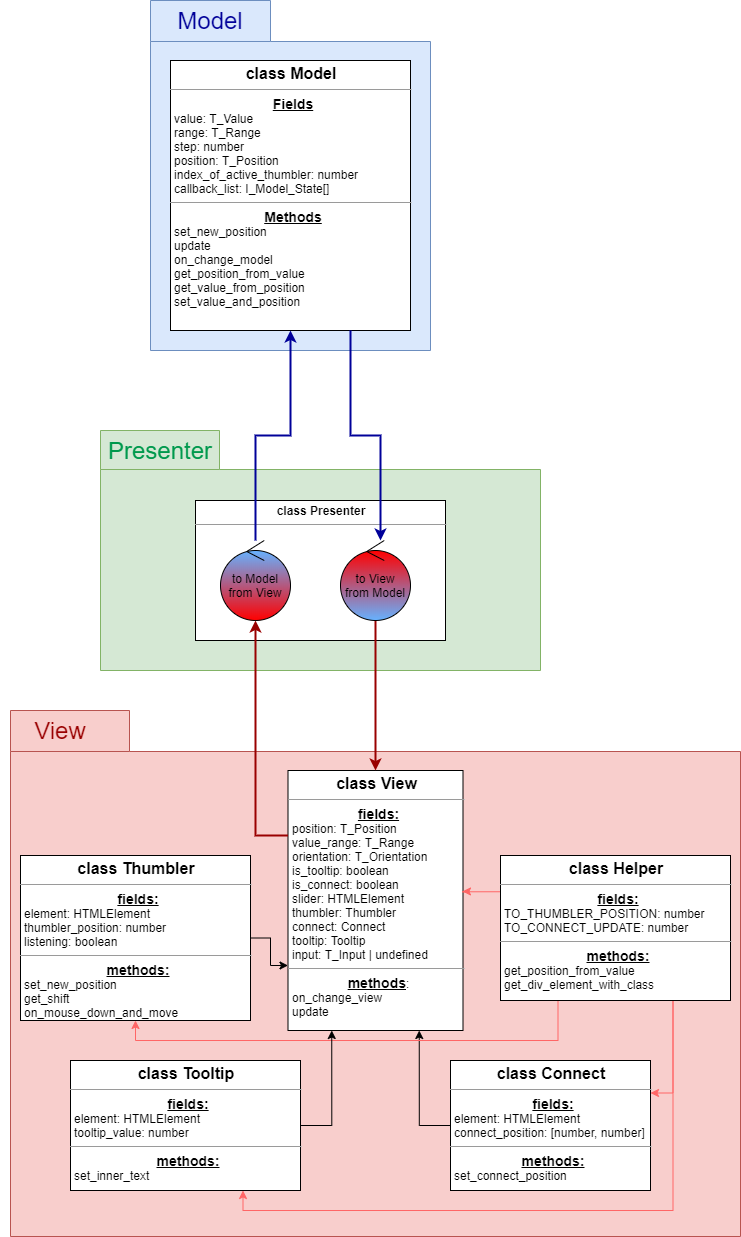
Above: img/SRS.png in n0sfer666/FSD-Task-4-v2 (draw.io), before the change. Source tidied: cells renumbered, new cells last; positions are measured from the earlier drawing's top-left corner, leaving out a move shared by most shapes.
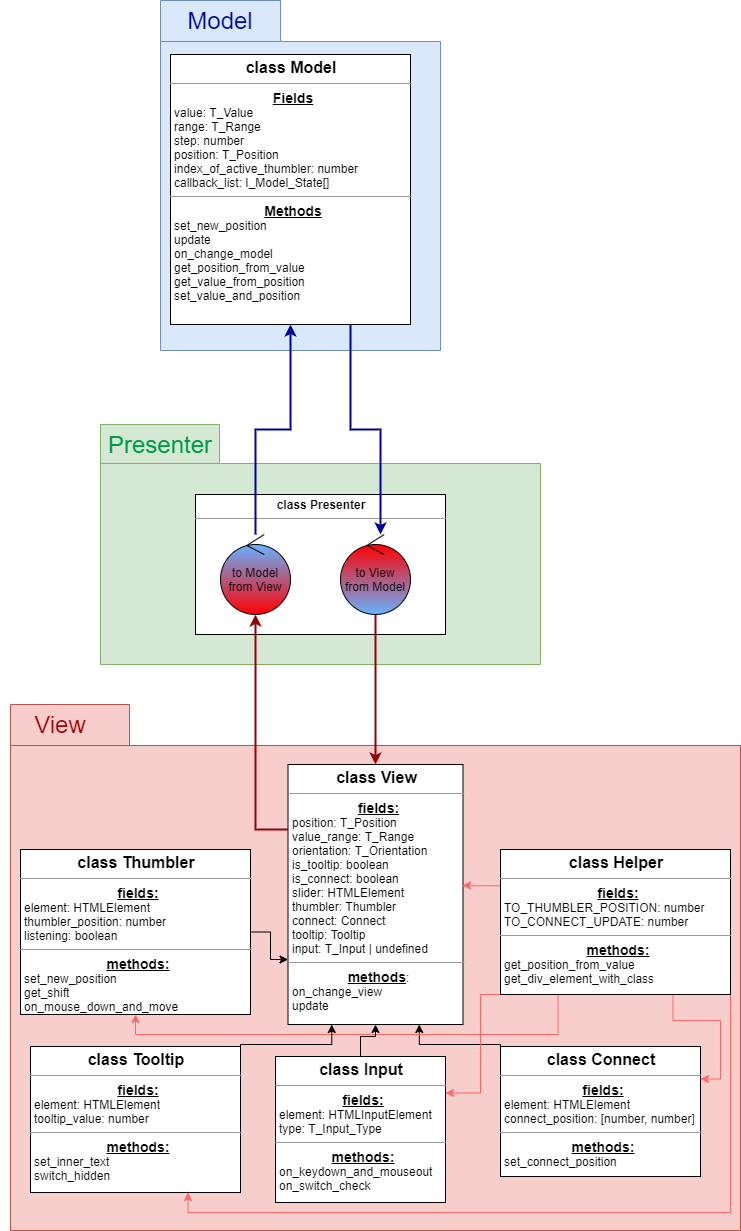
After the change.

Commit message:
docs(project): add info about new entity (Input) + change UML

The edit, as a diff of the source:
```diff
@@ -3,10 +3,10 @@
     <mxCell id="0" />
     <mxCell id="1" parent="0" />
     <mxCell id="2" style="shape=folder;fontStyle=1;spacingTop=10;tabWidth=120;tabHeight=41;tabPosition=left;html=1;noLabel=1;fillColor=#dae8fc;strokeColor=#6c8ebf;" parent="1" vertex="1">
-      <mxGeometry x="150" width="280" height="350" as="geometry" />
+      <mxGeometry x="160" y="6" width="280" height="350" as="geometry" />
     </mxCell>
     <mxCell id="3" value="&lt;font style=&quot;font-size: 24px&quot;&gt;Model&lt;/font&gt;" style="text;html=1;strokeColor=none;fillColor=none;align=center;verticalAlign=middle;whiteSpace=wrap;rounded=0;fontColor=#000099;labelBackgroundColor=none;" parent="1" vertex="1">
-      <mxGeometry x="150" width="120" height="40" as="geometry" />
+      <mxGeometry x="160" y="6" width="120" height="40" as="geometry" />
     </mxCell>
     <mxCell id="4" style="shape=folder;fontStyle=1;spacingTop=10;tabWidth=119;tabHeight=39;tabPosition=left;html=1;labelBackgroundColor=none;fillColor=#d5e8d4;strokeColor=#82b366;" parent="1" vertex="1">
       <mxGeometry x="100" y="430" width="440" height="240" as="geometry" />
@@ -26,17 +26,27 @@
     <mxCell id="9" value="&lt;p style=&quot;margin: 0px ; margin-top: 4px ; text-align: center&quot;&gt;&lt;b&gt;&lt;font style=&quot;font-size: 16px&quot;&gt;class View&lt;/font&gt;&lt;/b&gt;&lt;/p&gt;&lt;hr size=&quot;1&quot;&gt;&lt;p style=&quot;text-align: center ; margin: 0px 0px 0px 4px&quot;&gt;&lt;b&gt;&lt;u&gt;&lt;font style=&quot;font-size: 14px&quot;&gt;fields:&lt;/font&gt;&lt;/u&gt;&lt;/b&gt;&lt;/p&gt;&lt;p style=&quot;margin: 0px ; margin-left: 4px&quot;&gt;position: T_Position&lt;br&gt;&lt;/p&gt;&lt;p style=&quot;margin: 0px ; margin-left: 4px&quot;&gt;value_range: T_Range&lt;/p&gt;&lt;p style=&quot;margin: 0px ; margin-left: 4px&quot;&gt;orientation: T_Orientation&lt;/p&gt;&lt;p style=&quot;margin: 0px ; margin-left: 4px&quot;&gt;is_tooltip: boolean&lt;/p&gt;&lt;p style=&quot;margin: 0px ; margin-left: 4px&quot;&gt;is_connect: boolean&lt;/p&gt;&lt;p style=&quot;margin: 0px ; margin-left: 4px&quot;&gt;slider: HTMLElement&lt;/p&gt;&lt;p style=&quot;margin: 0px ; margin-left: 4px&quot;&gt;thumbler: Thumbler&lt;/p&gt;&lt;p style=&quot;margin: 0px ; margin-left: 4px&quot;&gt;connect: Connect&lt;/p&gt;&lt;p style=&quot;margin: 0px ; margin-left: 4px&quot;&gt;tooltip: Tooltip&lt;/p&gt;&lt;p style=&quot;margin: 0px ; margin-left: 4px&quot;&gt;input: T_Input | undefined&lt;/p&gt;&lt;hr size=&quot;1&quot;&gt;&lt;p style=&quot;text-align: center ; margin: 0px 0px 0px 4px&quot;&gt;&lt;b&gt;&lt;u&gt;&lt;font style=&quot;font-size: 14px&quot;&gt;methods&lt;/font&gt;&lt;/u&gt;&lt;/b&gt;:&lt;/p&gt;&lt;p style=&quot;margin: 0px ; margin-left: 4px&quot;&gt;on_change_view&lt;/p&gt;&lt;p style=&quot;margin: 0px ; margin-left: 4px&quot;&gt;update&lt;/p&gt;" style="verticalAlign=top;align=left;overflow=fill;fontSize=12;fontFamily=Helvetica;html=1;labelBackgroundColor=none;" parent="1" vertex="1">
       <mxGeometry x="287.5" y="770" width="175" height="260" as="geometry" />
     </mxCell>
-    <mxCell id="10" style="edgeStyle=orthogonalEdgeStyle;rounded=0;jettySize=auto;html=1;exitX=0;exitY=0.5;exitDx=0;exitDy=0;entryX=0.75;entryY=1;entryDx=0;entryDy=0;strokeColor=#000000;fontColor=none;" parent="1" edge="1" source="11" target="9">
-      <mxGeometry relative="1" as="geometry" />
+    <mxCell id="10" style="edgeStyle=orthogonalEdgeStyle;rounded=0;jettySize=auto;html=1;exitX=0;exitY=0;exitDx=0;exitDy=0;entryX=0.75;entryY=1;entryDx=0;entryDy=0;strokeColor=#000000;fontColor=none;" parent="1" edge="1" source="11" target="9">
+      <mxGeometry relative="1" as="geometry">
+        <Array as="points">
+          <mxPoint x="500" y="1050" />
+          <mxPoint x="419" y="1050" />
+        </Array>
+      </mxGeometry>
     </mxCell>
     <mxCell id="11" value="&lt;p style=&quot;margin: 0px ; margin-top: 4px ; text-align: center&quot;&gt;&lt;b&gt;&lt;font style=&quot;font-size: 16px&quot;&gt;class Connect&lt;/font&gt;&lt;/b&gt;&lt;/p&gt;&lt;hr size=&quot;1&quot;&gt;&lt;p style=&quot;text-align: center ; margin: 0px 0px 0px 4px&quot;&gt;&lt;b&gt;&lt;u&gt;&lt;font style=&quot;font-size: 14px&quot;&gt;fields:&lt;/font&gt;&lt;/u&gt;&lt;/b&gt;&lt;/p&gt;&lt;p style=&quot;margin: 0px ; margin-left: 4px&quot;&gt;element: HTMLElement&lt;/p&gt;&lt;p style=&quot;margin: 0px ; margin-left: 4px&quot;&gt;connect_position: [number, number]&lt;/p&gt;&lt;hr size=&quot;1&quot;&gt;&lt;p style=&quot;text-align: center ; margin: 0px 0px 0px 4px&quot;&gt;&lt;b&gt;&lt;u&gt;&lt;font style=&quot;font-size: 14px&quot;&gt;methods:&lt;/font&gt;&lt;/u&gt;&lt;/b&gt;&lt;/p&gt;&lt;p style=&quot;margin: 0px ; margin-left: 4px&quot;&gt;set_connect_position&lt;/p&gt;" style="verticalAlign=top;align=left;overflow=fill;fontSize=12;fontFamily=Helvetica;html=1;labelBackgroundColor=none;" parent="1" vertex="1">
-      <mxGeometry x="450" y="1060" width="200" height="130" as="geometry" />
+      <mxGeometry x="500" y="1052" width="200" height="130" as="geometry" />
     </mxCell>
     <mxCell id="12" style="edgeStyle=orthogonalEdgeStyle;rounded=0;jettySize=auto;html=1;exitX=0.75;exitY=1;exitDx=0;exitDy=0;entryX=1;entryY=0.25;entryDx=0;entryDy=0;fontColor=none;strokeColor=#FF6666;" parent="1" edge="1" source="16" target="11">
       <mxGeometry relative="1" as="geometry" />
     </mxCell>
-    <mxCell id="13" style="edgeStyle=orthogonalEdgeStyle;rounded=0;jettySize=auto;html=1;exitX=0.75;exitY=1;exitDx=0;exitDy=0;entryX=0.75;entryY=1;entryDx=0;entryDy=0;fontColor=none;strokeColor=#FF6666;" parent="1" edge="1" source="16" target="20">
-      <mxGeometry relative="1" as="geometry" />
+    <mxCell id="13" style="edgeStyle=orthogonalEdgeStyle;rounded=0;jettySize=auto;html=1;exitX=1;exitY=0.75;exitDx=0;exitDy=0;entryX=0.75;entryY=1;entryDx=0;entryDy=0;fontColor=none;strokeColor=#FF6666;" parent="1" edge="1" source="16" target="20">
+      <mxGeometry relative="1" as="geometry">
+        <Array as="points">
+          <mxPoint x="730" y="1218" />
+          <mxPoint x="188" y="1218" />
+        </Array>
+      </mxGeometry>
     </mxCell>
     <mxCell id="14" style="edgeStyle=orthogonalEdgeStyle;rounded=0;jettySize=auto;html=1;exitX=0;exitY=0.25;exitDx=0;exitDy=0;entryX=0.997;entryY=0.465;entryDx=0;entryDy=0;entryPerimeter=0;fontColor=none;strokeColor=#FF6666;" parent="1" edge="1" source="16" target="9">
       <mxGeometry relative="1" as="geometry" />
@@ -44,6 +54,14 @@
     <mxCell id="15" style="edgeStyle=orthogonalEdgeStyle;rounded=0;jettySize=auto;html=1;exitX=0.25;exitY=1;exitDx=0;exitDy=0;entryX=0.5;entryY=1;entryDx=0;entryDy=0;fontColor=none;strokeColor=#FF6666;" parent="1" edge="1" source="16" target="18">
       <mxGeometry relative="1" as="geometry" />
     </mxCell>
+    <mxCell id="28" style="edgeStyle=orthogonalEdgeStyle;rounded=0;jettySize=auto;html=1;exitX=0;exitY=1;exitDx=0;exitDy=0;entryX=1;entryY=0.25;entryDx=0;entryDy=0;fillColor=#f8cecc;strokeColor=#FF6666;" parent="1" edge="1" source="16" target="30">
+      <mxGeometry relative="1" as="geometry">
+        <Array as="points">
+          <mxPoint x="480" y="1000" />
+          <mxPoint x="480" y="1099" />
+        </Array>
+      </mxGeometry>
+    </mxCell>
     <mxCell id="16" value="&lt;p style=&quot;margin: 0px ; margin-top: 4px ; text-align: center&quot;&gt;&lt;b&gt;&lt;font style=&quot;font-size: 16px&quot;&gt;class Helper&lt;/font&gt;&lt;/b&gt;&lt;/p&gt;&lt;hr size=&quot;1&quot;&gt;&lt;p style=&quot;text-align: center ; margin: 0px 0px 0px 4px&quot;&gt;&lt;b&gt;&lt;u&gt;&lt;font style=&quot;font-size: 14px&quot;&gt;fields:&lt;/font&gt;&lt;/u&gt;&lt;/b&gt;&lt;/p&gt;&lt;p style=&quot;margin: 0px ; margin-left: 4px&quot;&gt;TO_THUMBLER_POSITION: number&lt;/p&gt;&lt;p style=&quot;margin: 0px ; margin-left: 4px&quot;&gt;TO_CONNECT_UPDATE: number&lt;/p&gt;&lt;hr size=&quot;1&quot;&gt;&lt;p style=&quot;text-align: center ; margin: 0px 0px 0px 4px&quot;&gt;&lt;b&gt;&lt;u&gt;&lt;font style=&quot;font-size: 14px&quot;&gt;methods:&lt;/font&gt;&lt;/u&gt;&lt;/b&gt;&lt;/p&gt;&lt;p style=&quot;margin: 0px ; margin-left: 4px&quot;&gt;get_position_from_value&lt;/p&gt;&lt;p style=&quot;margin: 0px ; margin-left: 4px&quot;&gt;get_div_element_with_class&lt;/p&gt;" style="verticalAlign=top;align=left;overflow=fill;fontSize=12;fontFamily=Helvetica;html=1;labelBackgroundColor=none;" parent="1" vertex="1">
       <mxGeometry x="500" y="855" width="230" height="145" as="geometry" />
     </mxCell>
@@ -53,11 +71,16 @@
     <mxCell id="18" value="&lt;p style=&quot;margin: 0px ; margin-top: 4px ; text-align: center&quot;&gt;&lt;b&gt;&lt;font style=&quot;font-size: 16px&quot;&gt;class Thumbler&lt;/font&gt;&lt;/b&gt;&lt;/p&gt;&lt;hr size=&quot;1&quot;&gt;&lt;p style=&quot;text-align: center ; margin: 0px 0px 0px 4px&quot;&gt;&lt;b&gt;&lt;u&gt;&lt;font style=&quot;font-size: 14px&quot;&gt;fields:&lt;/font&gt;&lt;/u&gt;&lt;/b&gt;&lt;/p&gt;&lt;p style=&quot;margin: 0px ; margin-left: 4px&quot;&gt;element: HTMLElement&lt;/p&gt;&lt;p style=&quot;margin: 0px ; margin-left: 4px&quot;&gt;thumbler_position: number&lt;/p&gt;&lt;p style=&quot;margin: 0px ; margin-left: 4px&quot;&gt;listening: boolean&lt;/p&gt;&lt;hr size=&quot;1&quot;&gt;&lt;p style=&quot;text-align: center ; margin: 0px 0px 0px 4px&quot;&gt;&lt;b&gt;&lt;u&gt;&lt;font style=&quot;font-size: 14px&quot;&gt;methods:&lt;/font&gt;&lt;/u&gt;&lt;/b&gt;&lt;/p&gt;&lt;p style=&quot;margin: 0px ; margin-left: 4px&quot;&gt;set_new_position&lt;/p&gt;&lt;p style=&quot;margin: 0px ; margin-left: 4px&quot;&gt;get_shift&lt;/p&gt;&lt;p style=&quot;margin: 0px ; margin-left: 4px&quot;&gt;on_mouse_down_and_move&lt;/p&gt;" style="verticalAlign=top;align=left;overflow=fill;fontSize=12;fontFamily=Helvetica;html=1;labelBackgroundColor=none;" parent="1" vertex="1">
       <mxGeometry x="20" y="855" width="230" height="165" as="geometry" />
     </mxCell>
-    <mxCell id="19" style="edgeStyle=orthogonalEdgeStyle;rounded=0;jettySize=auto;html=1;exitX=1;exitY=0.5;exitDx=0;exitDy=0;entryX=0.25;entryY=1;entryDx=0;entryDy=0;strokeColor=#000000;fontColor=none;" parent="1" edge="1" source="20" target="9">
-      <mxGeometry relative="1" as="geometry" />
+    <mxCell id="19" style="edgeStyle=orthogonalEdgeStyle;rounded=0;jettySize=auto;html=1;exitX=1;exitY=0;exitDx=0;exitDy=0;entryX=0.25;entryY=1;entryDx=0;entryDy=0;strokeColor=#000000;fontColor=none;" parent="1" edge="1" source="20" target="9">
+      <mxGeometry relative="1" as="geometry">
+        <Array as="points">
+          <mxPoint x="240" y="1050" />
+          <mxPoint x="331" y="1050" />
+        </Array>
+      </mxGeometry>
     </mxCell>
-    <mxCell id="20" value="&lt;p style=&quot;margin: 0px ; margin-top: 4px ; text-align: center&quot;&gt;&lt;b&gt;&lt;font style=&quot;font-size: 16px&quot;&gt;class Tooltip&lt;/font&gt;&lt;/b&gt;&lt;/p&gt;&lt;hr size=&quot;1&quot;&gt;&lt;p style=&quot;text-align: center ; margin: 0px 0px 0px 4px&quot;&gt;&lt;b&gt;&lt;u&gt;&lt;font style=&quot;font-size: 14px&quot;&gt;fields:&lt;/font&gt;&lt;/u&gt;&lt;/b&gt;&lt;/p&gt;&lt;p style=&quot;margin: 0px ; margin-left: 4px&quot;&gt;element: HTMLElement&lt;/p&gt;&lt;p style=&quot;margin: 0px ; margin-left: 4px&quot;&gt;tooltip_value: number&lt;/p&gt;&lt;hr size=&quot;1&quot;&gt;&lt;p style=&quot;text-align: center ; margin: 0px 0px 0px 4px&quot;&gt;&lt;b&gt;&lt;u&gt;&lt;font style=&quot;font-size: 14px&quot;&gt;methods:&lt;/font&gt;&lt;/u&gt;&lt;/b&gt;&lt;/p&gt;&lt;p style=&quot;margin: 0px ; margin-left: 4px&quot;&gt;set_inner_text&lt;br&gt;&lt;/p&gt;" style="verticalAlign=top;align=left;overflow=fill;fontSize=12;fontFamily=Helvetica;html=1;labelBackgroundColor=none;" parent="1" vertex="1">
-      <mxGeometry x="70" y="1060" width="230" height="130" as="geometry" />
+    <mxCell id="20" value="&lt;p style=&quot;margin: 0px ; margin-top: 4px ; text-align: center&quot;&gt;&lt;b&gt;&lt;font style=&quot;font-size: 16px&quot;&gt;class Tooltip&lt;/font&gt;&lt;/b&gt;&lt;/p&gt;&lt;hr size=&quot;1&quot;&gt;&lt;p style=&quot;text-align: center ; margin: 0px 0px 0px 4px&quot;&gt;&lt;b&gt;&lt;u&gt;&lt;font style=&quot;font-size: 14px&quot;&gt;fields:&lt;/font&gt;&lt;/u&gt;&lt;/b&gt;&lt;/p&gt;&lt;p style=&quot;margin: 0px ; margin-left: 4px&quot;&gt;element: HTMLElement&lt;/p&gt;&lt;p style=&quot;margin: 0px ; margin-left: 4px&quot;&gt;tooltip_value: number&lt;/p&gt;&lt;hr size=&quot;1&quot;&gt;&lt;p style=&quot;text-align: center ; margin: 0px 0px 0px 4px&quot;&gt;&lt;b&gt;&lt;u&gt;&lt;font style=&quot;font-size: 14px&quot;&gt;methods:&lt;/font&gt;&lt;/u&gt;&lt;/b&gt;&lt;/p&gt;&lt;p style=&quot;margin: 0px ; margin-left: 4px&quot;&gt;set_inner_text&lt;br&gt;&lt;/p&gt;&lt;p style=&quot;margin: 0px ; margin-left: 4px&quot;&gt;switch_hidden&lt;/p&gt;&lt;p style=&quot;margin: 0px ; margin-left: 4px&quot;&gt;&lt;br&gt;&lt;/p&gt;" style="verticalAlign=top;align=left;overflow=fill;fontSize=12;fontFamily=Helvetica;html=1;labelBackgroundColor=none;" parent="1" vertex="1">
+      <mxGeometry x="30" y="1052" width="210" height="146" as="geometry" />
     </mxCell>
     <mxCell id="21" value="&lt;p style=&quot;margin: 0px ; margin-top: 4px ; text-align: center&quot;&gt;&lt;b&gt;class Presenter&lt;/b&gt;&lt;/p&gt;&lt;hr size=&quot;1&quot;&gt;&lt;div style=&quot;height: 2px&quot;&gt;&lt;/div&gt;" style="verticalAlign=top;align=left;overflow=fill;fontSize=12;fontFamily=Helvetica;html=1;labelBackgroundColor=none;" parent="1" vertex="1">
       <mxGeometry x="195" y="500" width="250" height="140" as="geometry" />
@@ -80,5 +103,11 @@
     <mxCell id="27" style="edgeStyle=orthogonalEdgeStyle;rounded=0;jettySize=auto;html=1;exitX=0.75;exitY=1;exitDx=0;exitDy=0;entryX=0.571;entryY=0;entryDx=0;entryDy=0;entryPerimeter=0;strokeColor=#000099;strokeWidth=2;fontColor=none;" parent="1" edge="1" source="8" target="25">
       <mxGeometry relative="1" as="geometry" />
     </mxCell>
+    <mxCell id="29" style="edgeStyle=orthogonalEdgeStyle;rounded=0;jettySize=auto;html=1;exitX=0.5;exitY=0;exitDx=0;exitDy=0;" parent="1" edge="1" source="30" target="9">
+      <mxGeometry relative="1" as="geometry" />
+    </mxCell>
+    <mxCell id="30" value="&lt;p style=&quot;margin: 0px ; margin-top: 4px ; text-align: center&quot;&gt;&lt;b&gt;&lt;font style=&quot;font-size: 16px&quot;&gt;class Input&lt;/font&gt;&lt;/b&gt;&lt;/p&gt;&lt;hr size=&quot;1&quot;&gt;&lt;p style=&quot;text-align: center ; margin: 0px 0px 0px 4px&quot;&gt;&lt;b&gt;&lt;u&gt;&lt;font style=&quot;font-size: 14px&quot;&gt;fields:&lt;/font&gt;&lt;/u&gt;&lt;/b&gt;&lt;/p&gt;&lt;p style=&quot;margin: 0px ; margin-left: 4px&quot;&gt;element: HTMLInputElement&lt;/p&gt;&lt;p style=&quot;margin: 0px ; margin-left: 4px&quot;&gt;type: T_Input_Type&lt;/p&gt;&lt;hr size=&quot;1&quot;&gt;&lt;p style=&quot;text-align: center ; margin: 0px 0px 0px 4px&quot;&gt;&lt;b&gt;&lt;u&gt;&lt;font style=&quot;font-size: 14px&quot;&gt;methods:&lt;/font&gt;&lt;/u&gt;&lt;/b&gt;&lt;/p&gt;&lt;p style=&quot;margin: 0px ; margin-left: 4px&quot;&gt;on_keydown_and_mouseout&lt;/p&gt;&lt;p style=&quot;margin: 0px ; margin-left: 4px&quot;&gt;on_switch_check&lt;/p&gt;&lt;p style=&quot;margin: 0px ; margin-left: 4px&quot;&gt;&lt;br&gt;&lt;/p&gt;" style="verticalAlign=top;align=left;overflow=fill;fontSize=12;fontFamily=Helvetica;html=1;labelBackgroundColor=none;" parent="1" vertex="1">
+      <mxGeometry x="275" y="1062" width="170" height="146" as="geometry" />
+    </mxCell>
   </root>
 </mxGraphModel>
```
